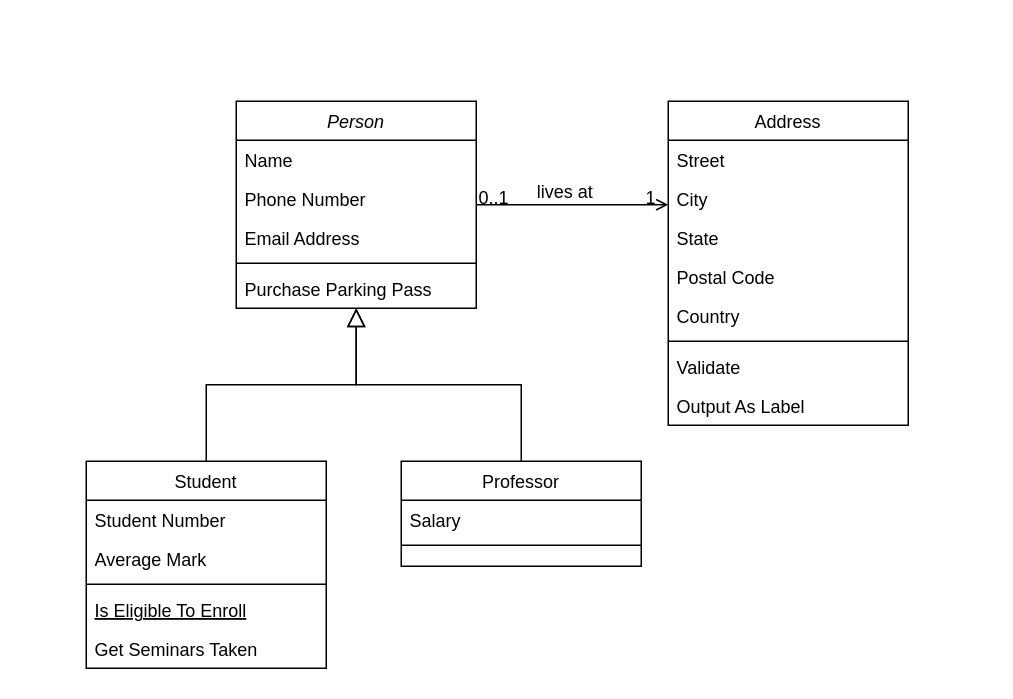
Above: Untitled Diagram.drawio in akhoacoby/TPOOP_Trajet (draw.io), before the change. Source tidied: cells renumbered, new cells numbered last; positions are measured from the earlier drawing's top-left corner, leaving out a move shared by most shapes. Both pictures are drawn from the tidied source at 150%, with x=0, y=0 at pixel (86, 100).
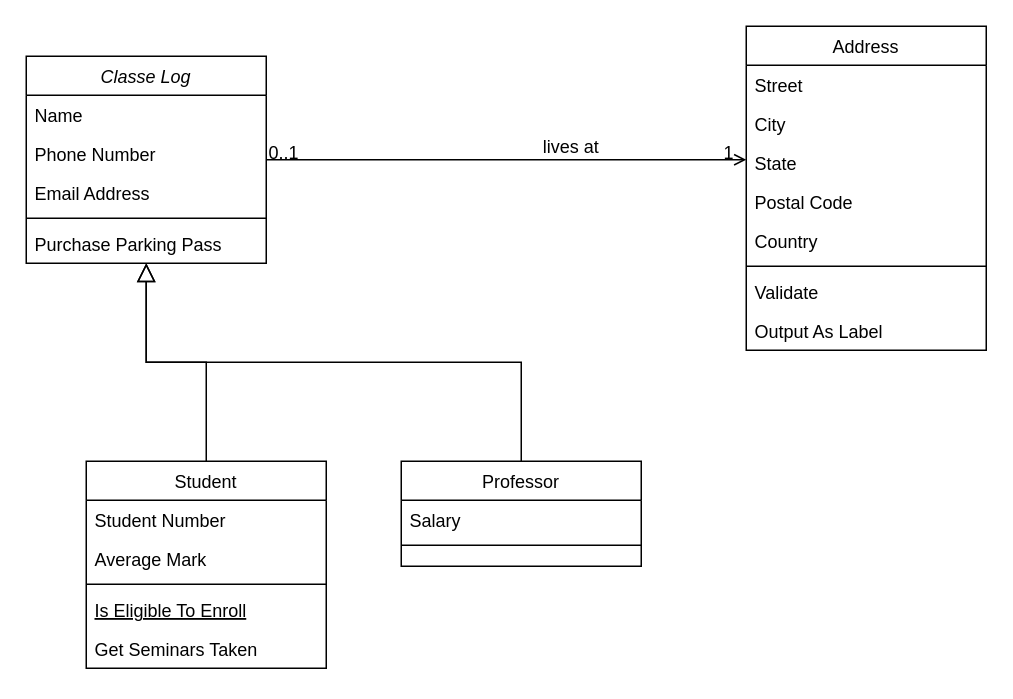
The same diagram, later.

Commit message:
Class Diagram

What changed in the source:
```diff
@@
-    <mxCell id="2" value="Person" style="swimlane;fontStyle=2;align=center;verticalAlign=top;horizontal=1;startSize=26;rounded=0;shadow=0;strokeWidth=1;" parent="1" vertex="1">
-      <mxGeometry x="100" width="160" height="138" as="geometry" />
+    <mxCell id="2" value="Classe Log" style="swimlane;fontStyle=2;align=center;verticalAlign=top;horizontal=1;startSize=26;rounded=0;shadow=0;strokeWidth=1;" parent="1" vertex="1">
+      <mxGeometry x="-40" y="-30" width="160" height="138" as="geometry" />
     </mxCell>
@@
     <mxCell id="19" value="Address" style="swimlane;fontStyle=0;align=center;verticalAlign=top;horizontal=1;startSize=26;rounded=0;shadow=0;strokeWidth=1;" parent="1" vertex="1">
-      <mxGeometry x="388" width="160" height="216" as="geometry" />
+      <mxGeometry x="440" y="-50" width="160" height="216" as="geometry" />
     </mxCell>
```
